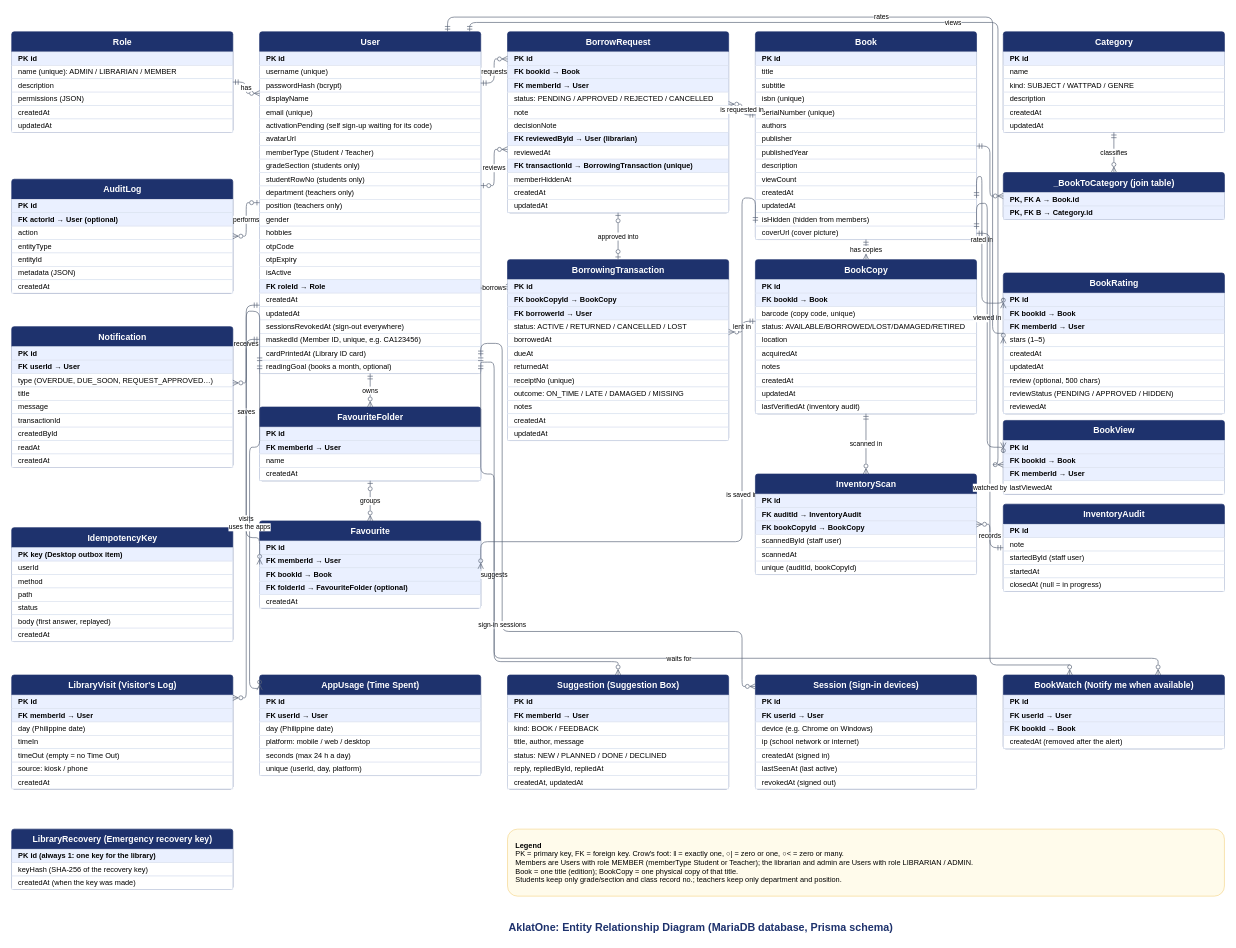
This is docs/diagrams/AklatOne-ERD.drawio from Flynchmore/TNHS-AklatOne, a draw.io file, before an edit. Source tidied: cells renumbered, new cells numbered last; positions are measured from the earlier drawing's top-left corner, leaving out a move shared by most shapes. Both pictures are drawn from the tidied source at 67%, with x=0, y=0 at pixel (11, 17).
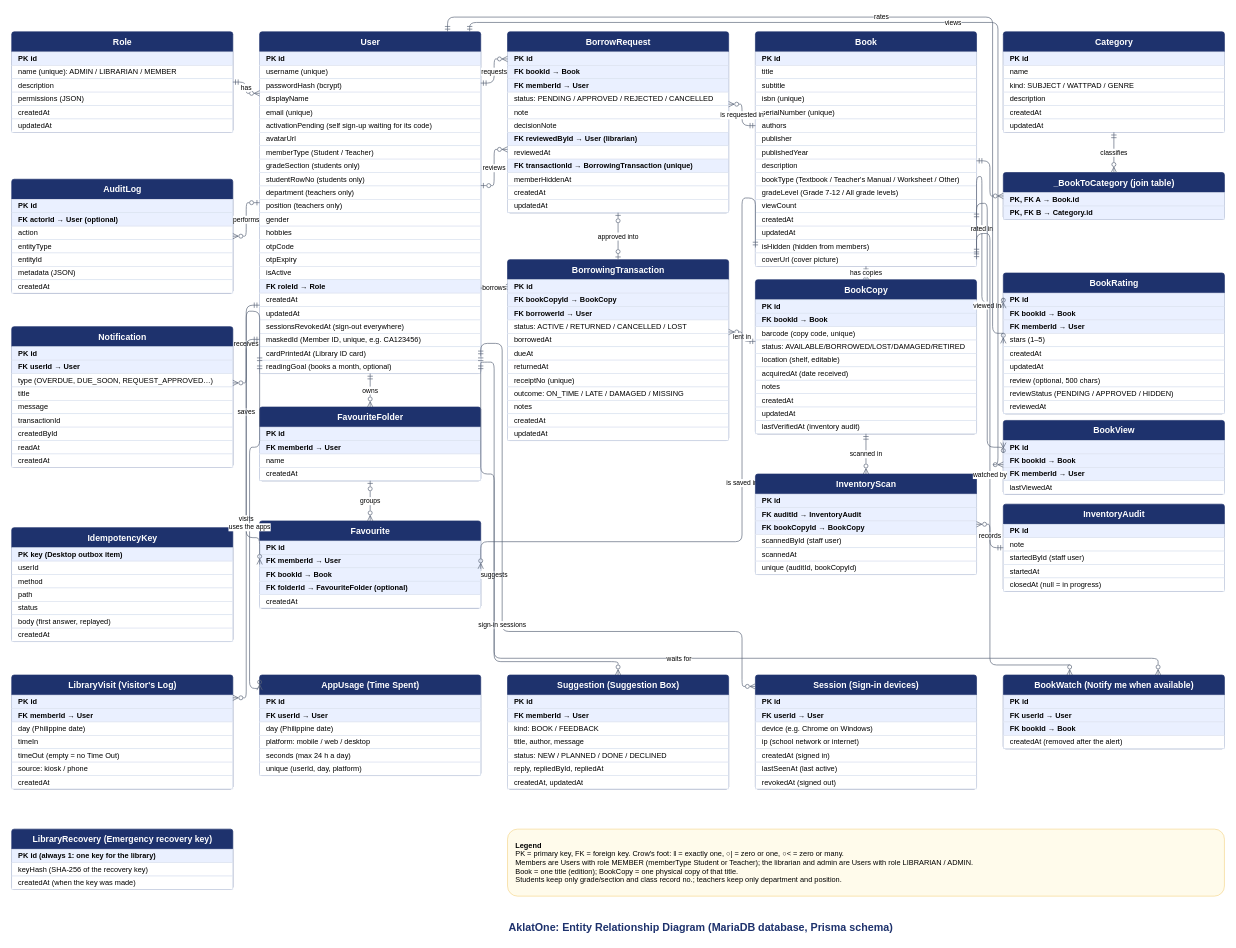
Above is the later version.

Change to the diagram source:
```diff
@@
     <mxCell id="85" value="Book" style="swimlane;fontStyle=1;horizontal=1;startSize=30;fillColor=#1E326D;fontColor=#FFFFFF;strokeColor=#1E326D;rounded=1;arcSize=4;fontSize=13;html=1;" parent="1" vertex="1">
-      <mxGeometry x="1110" y="22" width="330" height="310" as="geometry" />
+      <mxGeometry x="1110" y="22" width="330" height="350" as="geometry" />
     </mxCell>
@@
+    <mxCell id="231" value="bookType (Textbook / Teacher's Manual / Worksheet / Other)" style="text;strokeColor=#DCE3F0;fillColor=#FFFFFF;align=left;verticalAlign=middle;spacingLeft=8;fontSize=11;html=1;whiteSpace=wrap;" parent="85" vertex="1">
+      <mxGeometry y="210" width="330" height="20" as="geometry" />
+    </mxCell>
+    <mxCell id="232" value="gradeLevel (Grade 7-12 / All grade levels)" style="text;strokeColor=#DCE3F0;fillColor=#FFFFFF;align=left;verticalAlign=middle;spacingLeft=8;fontSize=11;html=1;whiteSpace=wrap;" parent="85" vertex="1">
+      <mxGeometry y="230" width="330" height="20" as="geometry" />
+    </mxCell>
     <mxCell id="95" value="viewCount" style="text;strokeColor=#DCE3F0;fillColor=#FFFFFF;align=left;verticalAlign=middle;spacingLeft=8;fontSize=11;html=1;whiteSpace=wrap;" parent="85" vertex="1">
-      <mxGeometry y="210" width="330" height="20" as="geometry" />
+      <mxGeometry y="250" width="330" height="20" as="geometry" />
     </mxCell>
     <mxCell id="96" value="createdAt" style="text;strokeColor=#DCE3F0;fillColor=#FFFFFF;align=left;verticalAlign=middle;spacingLeft=8;fontSize=11;html=1;whiteSpace=wrap;" parent="85" vertex="1">
-      <mxGeometry y="230" width="330" height="20" as="geometry" />
+      <mxGeometry y="270" width="330" height="20" as="geometry" />
     </mxCell>
     <mxCell id="97" value="updatedAt" style="text;strokeColor=#DCE3F0;fillColor=#FFFFFF;align=left;verticalAlign=middle;spacingLeft=8;fontSize=11;html=1;whiteSpace=wrap;" parent="85" vertex="1">
-      <mxGeometry y="250" width="330" height="20" as="geometry" />
+      <mxGeometry y="290" width="330" height="20" as="geometry" />
     </mxCell>
     <mxCell id="98" value="BookCopy" style="swimlane;fontStyle=1;horizontal=1;startSize=30;fillColor=#1E326D;fontColor=#FFFFFF;strokeColor=#1E326D;rounded=1;arcSize=4;fontSize=13;html=1;" parent="1" vertex="1">
-      <mxGeometry x="1110" y="362" width="330" height="230" as="geometry" />
+      <mxGeometry x="1110" y="392" width="330" height="230" as="geometry" />
     </mxCell>
@@
-    <mxCell id="103" value="location" style="text;strokeColor=#DCE3F0;fillColor=#FFFFFF;align=left;verticalAlign=middle;spacingLeft=8;fontSize=11;html=1;whiteSpace=wrap;" parent="98" vertex="1">
+    <mxCell id="103" value="location (shelf, editable)" style="text;strokeColor=#DCE3F0;fillColor=#FFFFFF;align=left;verticalAlign=middle;spacingLeft=8;fontSize=11;html=1;whiteSpace=wrap;" parent="98" vertex="1">
       <mxGeometry y="110" width="330" height="20" as="geometry" />
     </mxCell>
-    <mxCell id="104" value="acquiredAt" style="text;strokeColor=#DCE3F0;fillColor=#FFFFFF;align=left;verticalAlign=middle;spacingLeft=8;fontSize=11;html=1;whiteSpace=wrap;" parent="98" vertex="1">
+    <mxCell id="104" value="acquiredAt (date received)" style="text;strokeColor=#DCE3F0;fillColor=#FFFFFF;align=left;verticalAlign=middle;spacingLeft=8;fontSize=11;html=1;whiteSpace=wrap;" parent="98" vertex="1">
       <mxGeometry y="130" width="330" height="20" as="geometry" />
     </mxCell>
@@
     <mxCell id="157" value="isHidden (hidden from members)" style="text;strokeColor=#DCE3F0;fillColor=#FFFFFF;align=left;verticalAlign=middle;spacingLeft=8;fontSize=11;html=1;whiteSpace=wrap;" parent="85" vertex="1">
-      <mxGeometry y="270" width="330" height="20" as="geometry" />
+      <mxGeometry y="310" width="330" height="20" as="geometry" />
     </mxCell>
@@
     <mxCell id="182" value="coverUrl (cover picture)" style="text;strokeColor=#DCE3F0;fillColor=#FFFFFF;align=left;verticalAlign=middle;spacingLeft=8;fontSize=11;html=1;whiteSpace=wrap;" parent="85" vertex="1">
-      <mxGeometry y="290" width="330" height="20" as="geometry" />
+      <mxGeometry y="330" width="330" height="20" as="geometry" />
     </mxCell>
```
